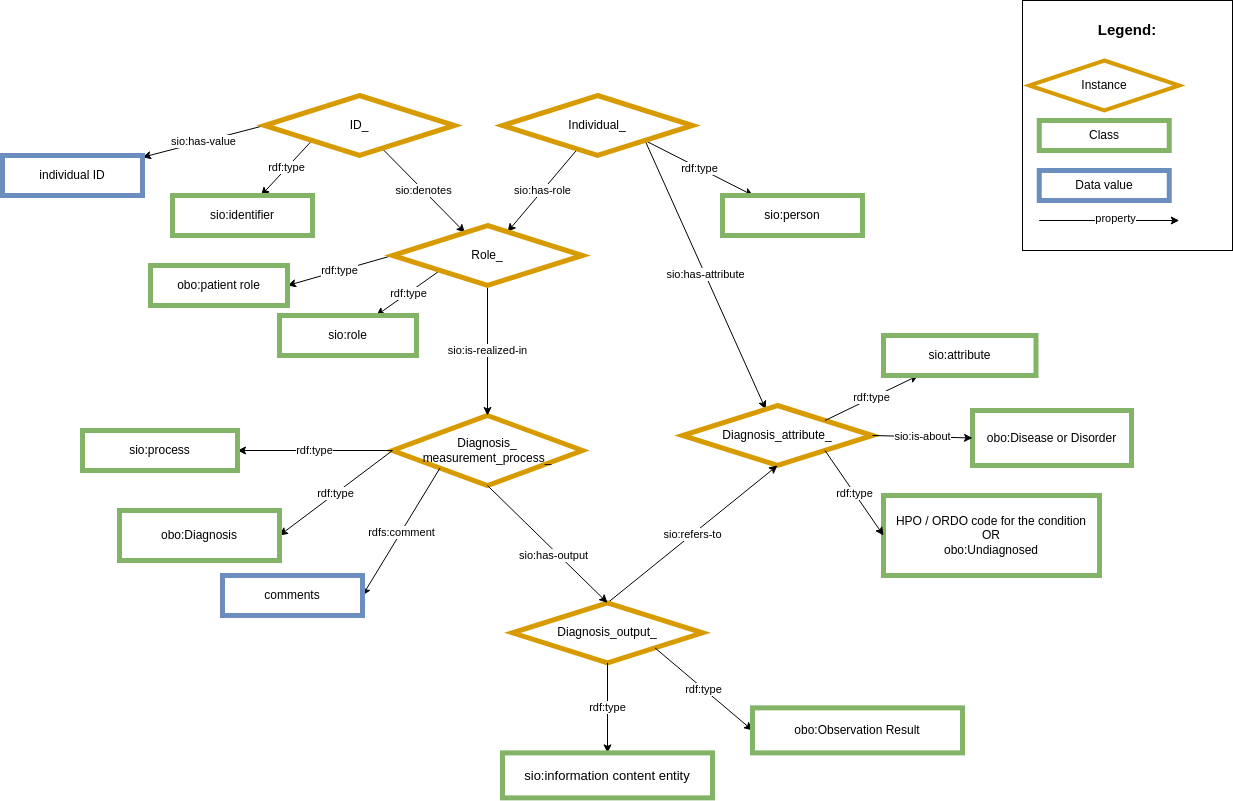
Before: images/CARE-SM-Diagnosis.png, a diagram exported from draw.io (CARE-SM/CARE-Semantic-Model). Source tidied: cells renumbered, new cells last; positions are measured from the earlier drawing's top-left corner, leaving out a move shared by most shapes.
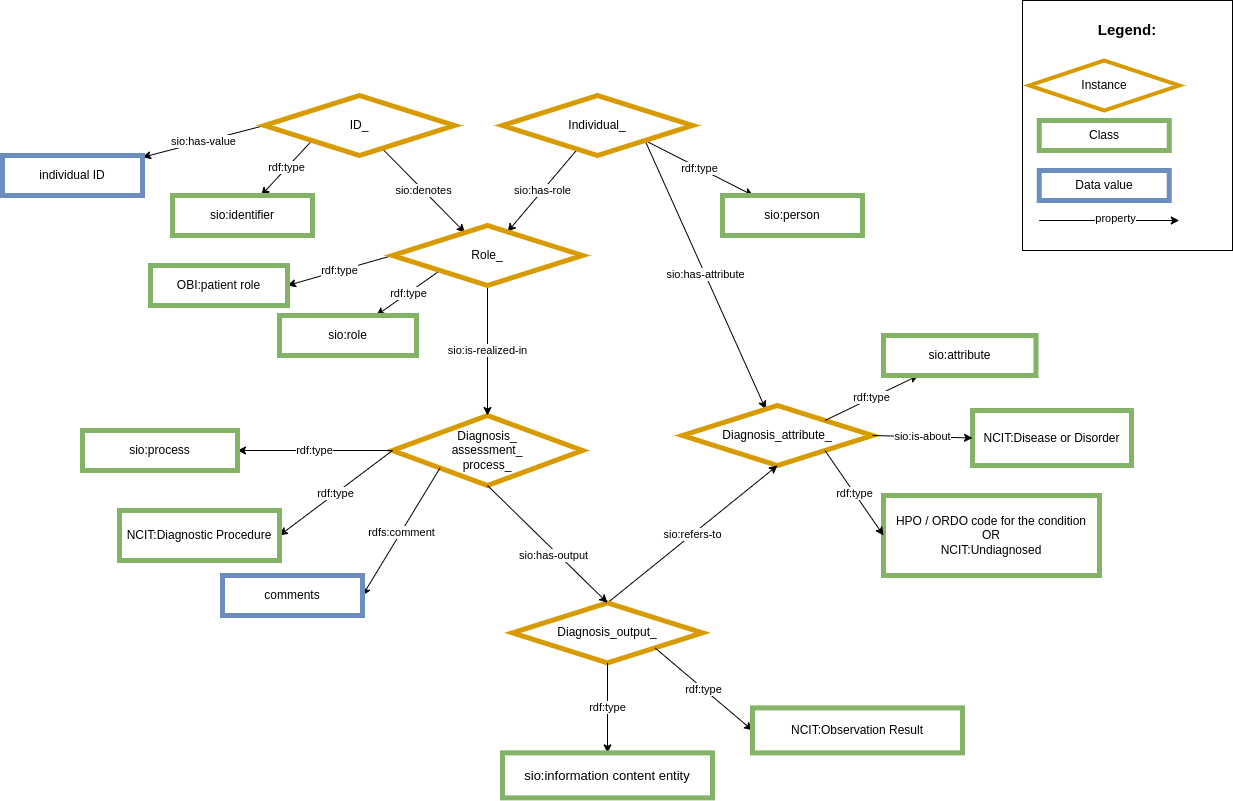
Later version of the same file.

What changed in the source:
```diff
@@ -2,7 +2,7 @@
   <root>
     <mxCell id="0" />
     <mxCell id="1" parent="0" />
-    <mxCell id="2" value="Diagnosis_&lt;br&gt;measurement_process_" style="rhombus;whiteSpace=wrap;html=1;fillColor=#FFFFFF;strokeColor=#d79b00;strokeWidth=5;" parent="1" vertex="1">
+    <mxCell id="2" value="Diagnosis_&lt;br&gt;assessment_&lt;br&gt;process_" style="rhombus;whiteSpace=wrap;html=1;fillColor=#FFFFFF;strokeColor=#d79b00;strokeWidth=5;" parent="1" vertex="1">
       <mxGeometry x="390" y="415" width="190" height="70" as="geometry" />
     </mxCell>
     <mxCell id="3" value="&lt;span style=&quot;color: rgb(0, 0, 0); font-family: Helvetica; font-size: 11px; font-style: normal; font-variant-ligatures: normal; font-variant-caps: normal; font-weight: 400; letter-spacing: normal; orphans: 2; text-align: center; text-indent: 0px; text-transform: none; widows: 2; word-spacing: 0px; -webkit-text-stroke-width: 0px; background-color: rgb(255, 255, 255); text-decoration-thickness: initial; text-decoration-style: initial; text-decoration-color: initial; float: none; display: inline !important;&quot;&gt;sio:is-realized-in&lt;/span&gt;" style="rounded=0;jettySize=auto;html=1;exitX=0.5;exitY=1;exitDx=0;exitDy=0;entryX=0.5;entryY=0;entryDx=0;entryDy=0;" parent="1" edge="1" source="5" target="2">
@@ -65,7 +65,7 @@
     <mxCell id="22" value="obo:patient role" style="whiteSpace=wrap;html=1;fillColor=#d5e8d4;strokeColor=#82b366;" parent="1" vertex="1">
       <mxGeometry x="148" y="265" width="137" height="40" as="geometry" />
     </mxCell>
-    <mxCell id="23" value="obo:Disease or Disorder&lt;span style=&quot;background-color: initial;&quot;&gt;&lt;br&gt;&lt;/span&gt;" style="whiteSpace=wrap;html=1;fillColor=#FFFFFF;strokeColor=#82b366;strokeWidth=5;" parent="1" vertex="1">
+    <mxCell id="23" value="NCIT:Disease or Disorder&lt;span style=&quot;background-color: initial;&quot;&gt;&lt;br&gt;&lt;/span&gt;" style="whiteSpace=wrap;html=1;fillColor=#FFFFFF;strokeColor=#82b366;strokeWidth=5;" parent="1" vertex="1">
       <mxGeometry x="970" y="410" width="159" height="55" as="geometry" />
     </mxCell>
     <mxCell id="24" value="sio:is-about" style="edgeStyle=none;rounded=0;jettySize=auto;html=1;exitX=1;exitY=0.5;exitDx=0;exitDy=0;entryX=0;entryY=0.5;entryDx=0;entryDy=0;" parent="1" edge="1" source="10" target="23">
@@ -80,7 +80,7 @@
     <mxCell id="27" value="rdf:type" style="edgeStyle=none;rounded=0;jettySize=auto;html=1;exitX=0;exitY=0.5;exitDx=0;exitDy=0;entryX=1;entryY=0.5;entryDx=0;entryDy=0;" parent="1" edge="1" source="2" target="28">
       <mxGeometry relative="1" as="geometry" />
     </mxCell>
-    <mxCell id="28" value="obo:Diagnosis" style="whiteSpace=wrap;html=1;fillColor=#FFFFFF;strokeColor=#82b366;strokeWidth=5;" parent="1" vertex="1">
+    <mxCell id="28" value="NCIT:Diagnostic Procedure" style="whiteSpace=wrap;html=1;fillColor=#FFFFFF;strokeColor=#82b366;strokeWidth=5;" parent="1" vertex="1">
       <mxGeometry x="117" y="510" width="160" height="50" as="geometry" />
     </mxCell>
     <mxCell id="29" value="rdfs:comment" style="rounded=0;jettySize=auto;html=1;exitX=0;exitY=1;exitDx=0;exitDy=0;entryX=1;entryY=0.5;entryDx=0;entryDy=0;" parent="1" edge="1" source="2" target="30">
@@ -114,10 +114,10 @@
     <mxCell id="37" value="rdf:type" style="edgeStyle=none;rounded=0;jettySize=auto;html=1;exitX=1;exitY=1;exitDx=0;exitDy=0;entryX=0;entryY=0.5;entryDx=0;entryDy=0;" parent="1" edge="1" source="32" target="38">
       <mxGeometry relative="1" as="geometry" />
     </mxCell>
-    <mxCell id="38" value="obo:Observation Result" style="whiteSpace=wrap;html=1;fillColor=#FFFFFF;strokeColor=#82b366;strokeWidth=5;" parent="1" vertex="1">
+    <mxCell id="38" value="NCIT:Observation Result" style="whiteSpace=wrap;html=1;fillColor=#FFFFFF;strokeColor=#82b366;strokeWidth=5;" parent="1" vertex="1">
       <mxGeometry x="750" y="707.4" width="210" height="45" as="geometry" />
     </mxCell>
-    <mxCell id="39" value="HPO / ORDO code for the condition&lt;span style=&quot;background-color: initial;&quot;&gt;&lt;br&gt;OR&lt;br&gt;obo:Undiagnosed&lt;br&gt;&lt;/span&gt;" style="whiteSpace=wrap;html=1;fillColor=#FFFFFF;strokeColor=#82b366;strokeWidth=5;" parent="1" vertex="1">
+    <mxCell id="39" value="HPO / ORDO code for the condition&lt;span style=&quot;background-color: initial;&quot;&gt;&lt;br&gt;OR&lt;br&gt;NCIT:Undiagnosed&lt;br&gt;&lt;/span&gt;" style="whiteSpace=wrap;html=1;fillColor=#FFFFFF;strokeColor=#82b366;strokeWidth=5;" parent="1" vertex="1">
       <mxGeometry x="881" y="495" width="216" height="80" as="geometry" />
     </mxCell>
     <mxCell id="40" value="rdf:type" style="edgeStyle=none;rounded=0;jettySize=auto;html=1;exitX=1;exitY=1;exitDx=0;exitDy=0;entryX=0;entryY=0.5;entryDx=0;entryDy=0;" parent="1" edge="1" source="10" target="39">
@@ -153,7 +153,7 @@
     <mxCell id="49" value="sio:identifier" style="whiteSpace=wrap;html=1;fillColor=#FFFFFF;strokeColor=#82b366;strokeWidth=5;" parent="1" vertex="1">
       <mxGeometry x="170" y="195" width="140" height="40" as="geometry" />
     </mxCell>
-    <mxCell id="50" value="obo:patient role" style="whiteSpace=wrap;html=1;fillColor=#FFFFFF;strokeColor=#82b366;strokeWidth=5;" parent="1" vertex="1">
+    <mxCell id="50" value="OBI:patient role" style="whiteSpace=wrap;html=1;fillColor=#FFFFFF;strokeColor=#82b366;strokeWidth=5;" parent="1" vertex="1">
       <mxGeometry x="148" y="265" width="137" height="40" as="geometry" />
     </mxCell>
     <mxCell id="51" value="Role_" style="rhombus;whiteSpace=wrap;html=1;fillColor=#FFFFFF;strokeColor=#d79b00;strokeWidth=5;" parent="1" vertex="1">
```
